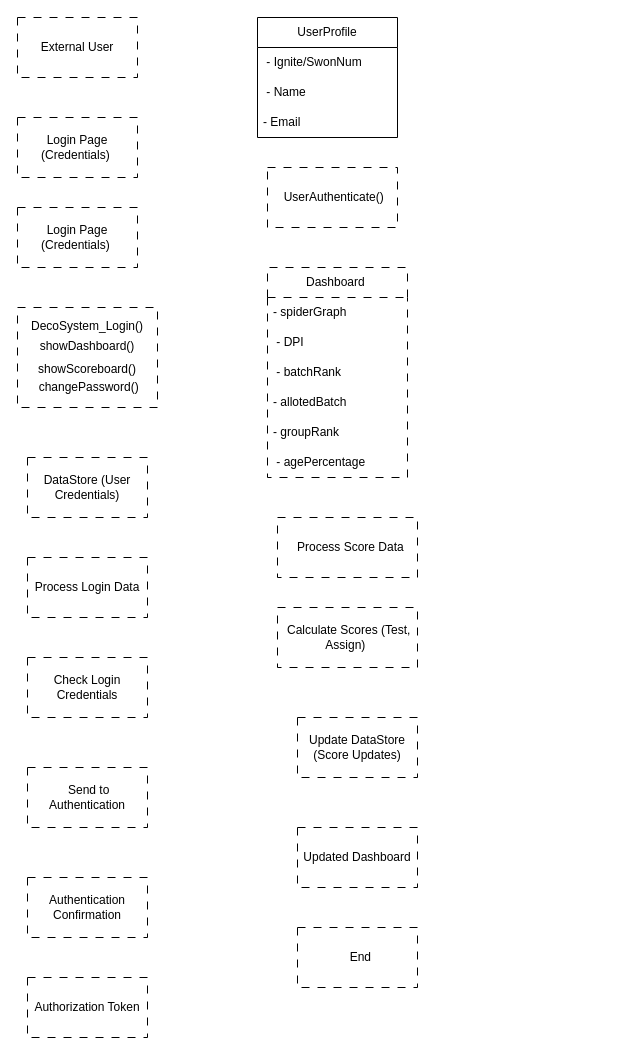
Earlier version of the draw.io diagram DFD_decosystem.drawio (vishal1428/agileAssignment). Source tidied: cells renumbered, new cells numbered last; positions are measured from the earlier drawing's top-left corner, leaving out a move shared by most shapes. Both pictures are drawn from the tidied source at 100%, with x=0, y=0 at pixel (17, 17).
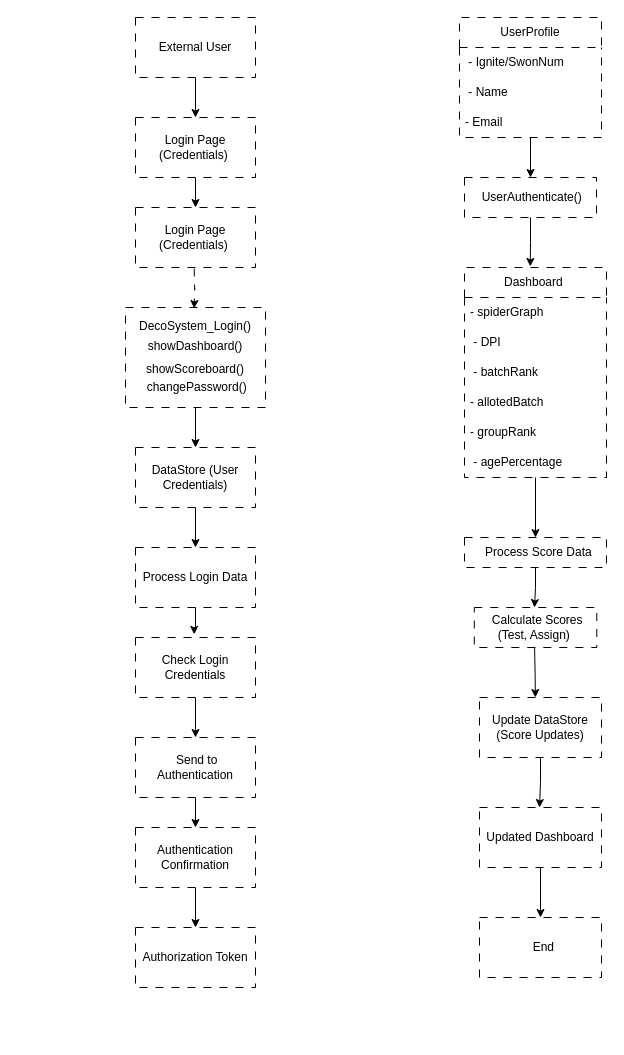
After the change.

Diff of the diagram source:
```diff
@@
+    <mxCell id="29" style="edgeStyle=orthogonalEdgeStyle;rounded=0;jettySize=auto;html=1;entryX=0.5;entryY=0;entryDx=0;entryDy=0;" parent="1" edge="1" source="2" target="3">
+      <mxGeometry relative="1" as="geometry" />
+    </mxCell>
     <mxCell id="2" value="External User" style="rounded=0;whiteSpace=wrap;html=1;dashed=1;dashPattern=8 8;" parent="1" vertex="1">
-      <mxGeometry width="120" height="60" as="geometry" />
+      <mxGeometry x="118" width="120" height="60" as="geometry" />
     </mxCell>
+    <mxCell id="30" style="edgeStyle=orthogonalEdgeStyle;rounded=0;jettySize=auto;html=1;entryX=0.5;entryY=0;entryDx=0;entryDy=0;" parent="1" edge="1" source="3" target="4">
+      <mxGeometry relative="1" as="geometry" />
+    </mxCell>
     <mxCell id="3" value="Login Page (Credentials)&amp;nbsp; " style="rounded=0;whiteSpace=wrap;html=1;dashed=1;dashPattern=8 8;" parent="1" vertex="1">
-      <mxGeometry y="100" width="120" height="60" as="geometry" />
+      <mxGeometry x="118" y="100" width="120" height="60" as="geometry" />
     </mxCell>
     <mxCell id="4" value="Login Page (Credentials)&amp;nbsp; " style="rounded=0;whiteSpace=wrap;html=1;dashed=1;dashPattern=8 8;" parent="1" vertex="1">
-      <mxGeometry y="190" width="120" height="60" as="geometry" />
+      <mxGeometry x="118" y="190" width="120" height="60" as="geometry" />
     </mxCell>
+    <mxCell id="31" style="edgeStyle=orthogonalEdgeStyle;rounded=0;jettySize=auto;html=1;entryX=0.5;entryY=0;entryDx=0;entryDy=0;" parent="1" edge="1" source="5" target="6">
+      <mxGeometry relative="1" as="geometry" />
+    </mxCell>
     <mxCell id="5" value="&lt;div&gt;DecoSystem_Login()&lt;/div&gt;&lt;div style=&quot;line-height: 210%;&quot;&gt;showDashboard()&lt;br&gt;&lt;/div&gt;&lt;div style=&quot;line-height: 180%;&quot;&gt;showScoreboard()&lt;/div&gt;&lt;div style=&quot;line-height: 130%;&quot;&gt;&amp;nbsp;changePassword()&lt;br&gt;&lt;/div&gt;" style="rounded=0;whiteSpace=wrap;html=1;dashed=1;dashPattern=8 8;" parent="1" vertex="1">
-      <mxGeometry y="290" width="140" height="100" as="geometry" />
+      <mxGeometry x="108" y="290" width="140" height="100" as="geometry" />
     </mxCell>
+    <mxCell id="32" style="edgeStyle=orthogonalEdgeStyle;rounded=0;jettySize=auto;html=1;entryX=0.5;entryY=0;entryDx=0;entryDy=0;" parent="1" edge="1" source="6" target="7">
+      <mxGeometry relative="1" as="geometry" />
+    </mxCell>
     <mxCell id="6" value="DataStore (User Credentials)" style="rounded=0;whiteSpace=wrap;html=1;dashed=1;dashPattern=8 8;" parent="1" vertex="1">
-      <mxGeometry x="10" y="440" width="120" height="60" as="geometry" />
+      <mxGeometry x="118" y="430" width="120" height="60" as="geometry" />
     </mxCell>
     <mxCell id="7" value="Process Login Data" style="rounded=0;whiteSpace=wrap;html=1;dashed=1;dashPattern=8 8;" parent="1" vertex="1">
-      <mxGeometry x="10" y="540" width="120" height="60" as="geometry" />
+      <mxGeometry x="118" y="530" width="120" height="60" as="geometry" />
     </mxCell>
+    <mxCell id="33" style="edgeStyle=orthogonalEdgeStyle;rounded=0;jettySize=auto;html=1;entryX=0.5;entryY=0;entryDx=0;entryDy=0;" parent="1" edge="1" source="8" target="9">
+      <mxGeometry relative="1" as="geometry" />
+    </mxCell>
     <mxCell id="8" value="Check Login Credentials " style="rounded=0;whiteSpace=wrap;html=1;dashed=1;dashPattern=8 8;" parent="1" vertex="1">
-      <mxGeometry x="10" y="640" width="120" height="60" as="geometry" />
+      <mxGeometry x="118" y="620" width="120" height="60" as="geometry" />
     </mxCell>
+    <mxCell id="34" style="edgeStyle=orthogonalEdgeStyle;rounded=0;jettySize=auto;html=1;entryX=0.5;entryY=0;entryDx=0;entryDy=0;" parent="1" edge="1" source="9" target="10">
+      <mxGeometry relative="1" as="geometry" />
+    </mxCell>
     <mxCell id="9" value="&amp;nbsp;Send to Authentication " style="rounded=0;whiteSpace=wrap;html=1;dashed=1;dashPattern=8 8;" parent="1" vertex="1">
-      <mxGeometry x="10" y="750" width="120" height="60" as="geometry" />
+      <mxGeometry x="118" y="720" width="120" height="60" as="geometry" />
     </mxCell>
+    <mxCell id="35" style="edgeStyle=orthogonalEdgeStyle;rounded=0;jettySize=auto;html=1;entryX=0.5;entryY=0;entryDx=0;entryDy=0;" parent="1" edge="1" source="10" target="11">
+      <mxGeometry relative="1" as="geometry" />
+    </mxCell>
     <mxCell id="10" value="Authentication Confirmation  " style="rounded=0;whiteSpace=wrap;html=1;dashed=1;dashPattern=8 8;" parent="1" vertex="1">
-      <mxGeometry x="10" y="860" width="120" height="60" as="geometry" />
+      <mxGeometry x="118" y="810" width="120" height="60" as="geometry" />
     </mxCell>
     <mxCell id="11" value="Authorization Token" style="rounded=0;whiteSpace=wrap;html=1;dashed=1;dashPattern=8 8;" parent="1" vertex="1">
-      <mxGeometry x="10" y="960" width="120" height="60" as="geometry" />
+      <mxGeometry x="118" y="910" width="120" height="60" as="geometry" />
     </mxCell>
+    <mxCell id="36" style="edgeStyle=orthogonalEdgeStyle;rounded=0;jettySize=auto;html=1;entryX=0.5;entryY=0;entryDx=0;entryDy=0;" parent="1" edge="1" source="12" target="16">
+      <mxGeometry relative="1" as="geometry" />
+    </mxCell>
-    <mxCell id="12" value="UserProfile " style="swimlane;fontStyle=0;horizontal=1;startSize=30;whiteSpace=wrap;html=1;" parent="1" vertex="1">
-      <mxGeometry x="240" width="140" height="120" as="geometry" />
+    <mxCell id="12" value="UserProfile " style="swimlane;fontStyle=0;horizontal=1;startSize=30;whiteSpace=wrap;html=1;dashed=1;dashPattern=8 8;" parent="1" vertex="1">
+      <mxGeometry x="442" width="142" height="120" as="geometry" />
     </mxCell>
     <mxCell id="13" value="&amp;nbsp;- Ignite/SwonNum " style="text;strokeColor=none;fillColor=none;align=left;verticalAlign=middle;spacingLeft=4;spacingRight=4;overflow=hidden;whiteSpace=wrap;html=1;" parent="12" vertex="1">
-      <mxGeometry y="30" width="140" height="30" as="geometry" />
+      <mxGeometry y="30" width="142" height="30" as="geometry" />
     </mxCell>
     <mxCell id="14" value="&amp;nbsp;- Name&amp;nbsp; " style="text;strokeColor=none;fillColor=none;align=left;verticalAlign=middle;spacingLeft=4;spacingRight=4;overflow=hidden;whiteSpace=wrap;html=1;" parent="12" vertex="1">
-      <mxGeometry y="60" width="140" height="30" as="geometry" />
+      <mxGeometry y="60" width="142" height="30" as="geometry" />
     </mxCell>
     <mxCell id="15" value="- Email&amp;nbsp; " style="text;strokeColor=none;fillColor=none;align=left;verticalAlign=middle;spacingLeft=4;spacingRight=4;overflow=hidden;whiteSpace=wrap;html=1;" parent="12" vertex="1">
-      <mxGeometry y="90" width="140" height="30" as="geometry" />
+      <mxGeometry y="90" width="142" height="30" as="geometry" />
     </mxCell>
     <mxCell id="16" value="&amp;nbsp;UserAuthenticate()" style="rounded=0;whiteSpace=wrap;html=1;dashed=1;dashPattern=8 8;" parent="1" vertex="1">
-      <mxGeometry x="250" y="150" width="130" height="60" as="geometry" />
+      <mxGeometry x="447" y="160" width="132" height="40" as="geometry" />
     </mxCell>
+    <mxCell id="37" style="edgeStyle=orthogonalEdgeStyle;rounded=0;jettySize=auto;html=1;entryX=0.5;entryY=0;entryDx=0;entryDy=0;" parent="1" edge="1" source="17" target="24">
+      <mxGeometry relative="1" as="geometry" />
+    </mxCell>
     <mxCell id="17" value="Dashboard&amp;nbsp; " style="swimlane;fontStyle=0;horizontal=1;startSize=30;whiteSpace=wrap;html=1;dashed=1;dashPattern=8 8;" parent="1" vertex="1">
-      <mxGeometry x="250" y="250" width="140" height="210" as="geometry" />
+      <mxGeometry x="447" y="250" width="142" height="210" as="geometry" />
     </mxCell>
     <mxCell id="18" value="- spiderGraph" style="text;strokeColor=none;fillColor=none;align=left;verticalAlign=middle;spacingLeft=4;spacingRight=4;overflow=hidden;whiteSpace=wrap;html=1;" parent="17" vertex="1">
-      <mxGeometry y="30" width="140" height="30" as="geometry" />
+      <mxGeometry y="30" width="142" height="30" as="geometry" />
     </mxCell>
     <mxCell id="19" value="&amp;nbsp;- DPI&amp;nbsp;&amp;nbsp;&amp;nbsp; " style="text;strokeColor=none;fillColor=none;align=left;verticalAlign=middle;spacingLeft=4;spacingRight=4;overflow=hidden;whiteSpace=wrap;html=1;" parent="17" vertex="1">
-      <mxGeometry y="60" width="140" height="30" as="geometry" />
+      <mxGeometry y="60" width="142" height="30" as="geometry" />
     </mxCell>
     <mxCell id="20" value="&amp;nbsp;- batchRank&amp;nbsp; " style="text;strokeColor=none;fillColor=none;align=left;verticalAlign=middle;spacingLeft=4;spacingRight=4;overflow=hidden;whiteSpace=wrap;html=1;" parent="17" vertex="1">
-      <mxGeometry y="90" width="140" height="30" as="geometry" />
+      <mxGeometry y="90" width="142" height="30" as="geometry" />
     </mxCell>
     <mxCell id="21" value="- allotedBatch " style="text;strokeColor=none;fillColor=none;align=left;verticalAlign=middle;spacingLeft=4;spacingRight=4;overflow=hidden;whiteSpace=wrap;html=1;" parent="17" vertex="1">
-      <mxGeometry y="120" width="140" height="30" as="geometry" />
+      <mxGeometry y="120" width="142" height="30" as="geometry" />
     </mxCell>
     <mxCell id="22" value="- groupRank" style="text;strokeColor=none;fillColor=none;align=left;verticalAlign=middle;spacingLeft=4;spacingRight=4;overflow=hidden;whiteSpace=wrap;html=1;" parent="17" vertex="1">
-      <mxGeometry y="150" width="140" height="30" as="geometry" />
+      <mxGeometry y="150" width="142" height="30" as="geometry" />
     </mxCell>
     <mxCell id="23" value="&amp;nbsp;- agePercentage&amp;nbsp; " style="text;strokeColor=none;fillColor=none;align=left;verticalAlign=middle;spacingLeft=4;spacingRight=4;overflow=hidden;whiteSpace=wrap;html=1;" parent="17" vertex="1">
-      <mxGeometry y="180" width="140" height="30" as="geometry" />
+      <mxGeometry y="180" width="142" height="30" as="geometry" />
     </mxCell>
+    <mxCell id="38" style="edgeStyle=orthogonalEdgeStyle;rounded=0;jettySize=auto;html=1;entryX=0.5;entryY=0;entryDx=0;entryDy=0;" parent="1" edge="1" source="24">
+      <mxGeometry relative="1" as="geometry">
+        <mxPoint x="517" y="590" as="targetPoint" />
+      </mxGeometry>
+    </mxCell>
     <mxCell id="24" value="&amp;nbsp; Process Score Data " style="rounded=0;whiteSpace=wrap;html=1;dashed=1;dashPattern=8 8;" parent="1" vertex="1">
-      <mxGeometry x="260" y="500" width="140" height="60" as="geometry" />
+      <mxGeometry x="447" y="520" width="142" height="30" as="geometry" />
     </mxCell>
     <mxCell id="25" value="&amp;nbsp;Calculate Scores (Test, Assign)&amp;nbsp; " style="rounded=0;whiteSpace=wrap;html=1;dashed=1;dashPattern=8 8;" parent="1" vertex="1">
-      <mxGeometry x="260" y="590" width="140" height="60" as="geometry" />
+      <mxGeometry x="456.8" y="590" width="122.5" height="40" as="geometry" />
     </mxCell>
+    <mxCell id="39" style="edgeStyle=orthogonalEdgeStyle;rounded=0;jettySize=auto;html=1;" parent="1" edge="1" source="26">
+      <mxGeometry relative="1" as="geometry">
+        <mxPoint x="522" y="790" as="targetPoint" />
+      </mxGeometry>
+    </mxCell>
     <mxCell id="26" value="Update DataStore (Score Updates)" style="rounded=0;whiteSpace=wrap;html=1;dashed=1;dashPattern=8 8;" parent="1" vertex="1">
-      <mxGeometry x="280" y="700" width="120" height="60" as="geometry" />
+      <mxGeometry x="462" y="680" width="122" height="60" as="geometry" />
     </mxCell>
+    <mxCell id="40" style="edgeStyle=orthogonalEdgeStyle;rounded=0;jettySize=auto;html=1;entryX=0.5;entryY=0;entryDx=0;entryDy=0;" parent="1" edge="1" source="27" target="28">
+      <mxGeometry relative="1" as="geometry" />
+    </mxCell>
     <mxCell id="27" value="&amp;nbsp;Updated Dashboard&amp;nbsp; " style="rounded=0;whiteSpace=wrap;html=1;dashed=1;dashPattern=8 8;" parent="1" vertex="1">
-      <mxGeometry x="280" y="810" width="120" height="60" as="geometry" />
+      <mxGeometry x="462" y="790" width="122" height="60" as="geometry" />
     </mxCell>
     <mxCell id="28" value="&amp;nbsp;&amp;nbsp;&amp;nbsp;&amp;nbsp;&amp;nbsp; End&amp;nbsp;&amp;nbsp;&amp;nbsp;&amp;nbsp; " style="rounded=0;whiteSpace=wrap;html=1;dashed=1;dashPattern=8 8;" parent="1" vertex="1">
-      <mxGeometry x="280" y="910" width="120" height="60" as="geometry" />
+      <mxGeometry x="462" y="900" width="122" height="60" as="geometry" />
     </mxCell>
+    <mxCell id="41" style="edgeStyle=orthogonalEdgeStyle;rounded=0;orthogonalLoop=1;jettySize=auto;html=1;entryX=0.5;entryY=0;entryDx=0;entryDy=0;dashed=1;dashPattern=8 8;" parent="1" edge="1">
+      <mxGeometry relative="1" as="geometry">
+        <mxPoint x="176.7" y="251" as="sourcePoint" />
+        <mxPoint x="176.7" y="291" as="targetPoint" />
+      </mxGeometry>
+    </mxCell>
+    <mxCell id="42" style="edgeStyle=orthogonalEdgeStyle;rounded=0;jettySize=auto;html=1;entryX=0.489;entryY=-0.052;entryDx=0;entryDy=0;entryPerimeter=0;" parent="1" edge="1" source="7" target="8">
+      <mxGeometry relative="1" as="geometry" />
+    </mxCell>
+    <mxCell id="43" style="edgeStyle=orthogonalEdgeStyle;rounded=0;jettySize=auto;html=1;entryX=0.463;entryY=-0.005;entryDx=0;entryDy=0;entryPerimeter=0;" parent="1" edge="1" source="16" target="17">
+      <mxGeometry relative="1" as="geometry" />
+    </mxCell>
+    <mxCell id="44" style="edgeStyle=orthogonalEdgeStyle;rounded=0;jettySize=auto;html=1;entryX=0.458;entryY=0;entryDx=0;entryDy=0;entryPerimeter=0;" parent="1" edge="1" target="26">
+      <mxGeometry relative="1" as="geometry">
+        <mxPoint x="517.1" y="630" as="sourcePoint" />
+      </mxGeometry>
+    </mxCell>
```
